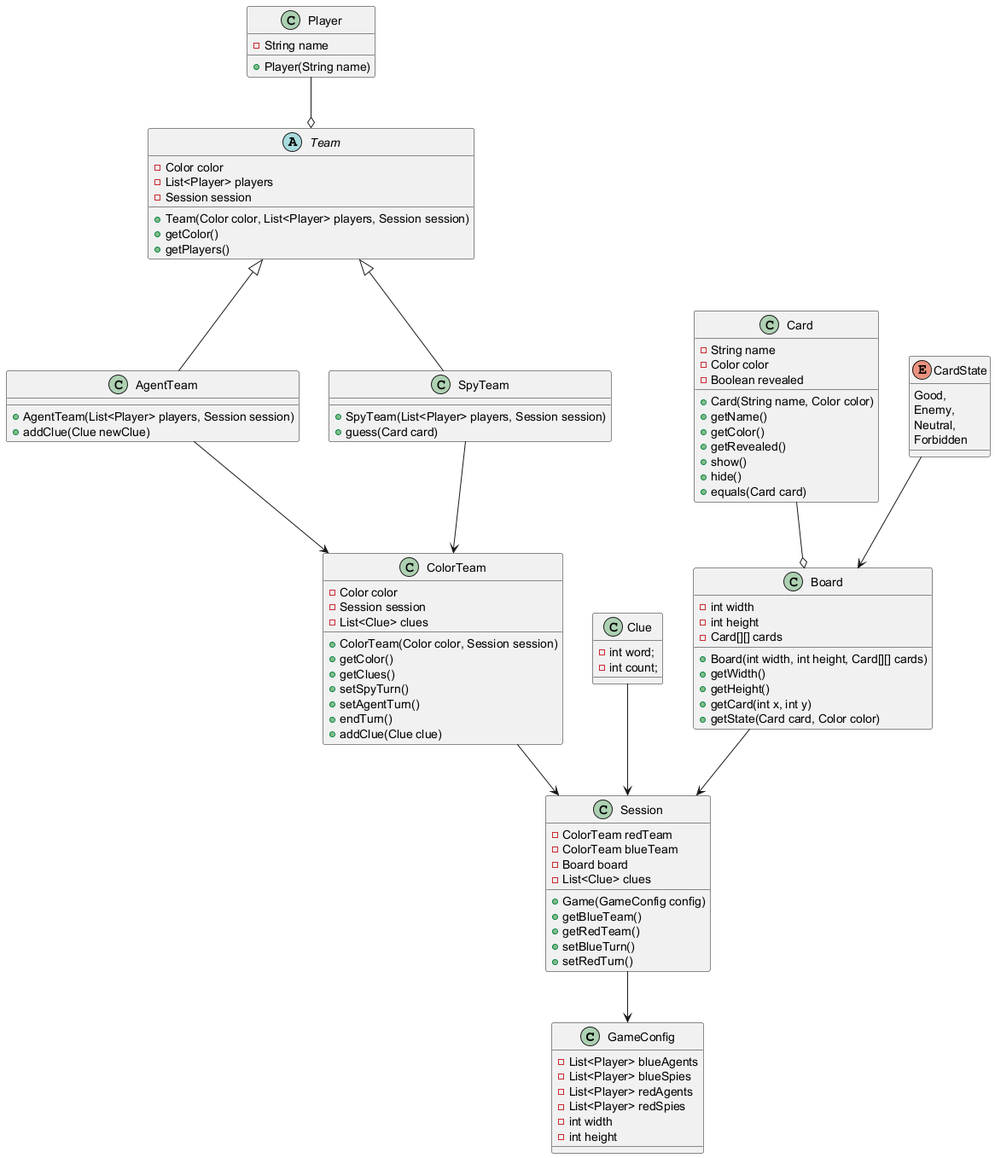
Before: uml/main.png, a diagram exported from PlantUML (Natvs/Codename).
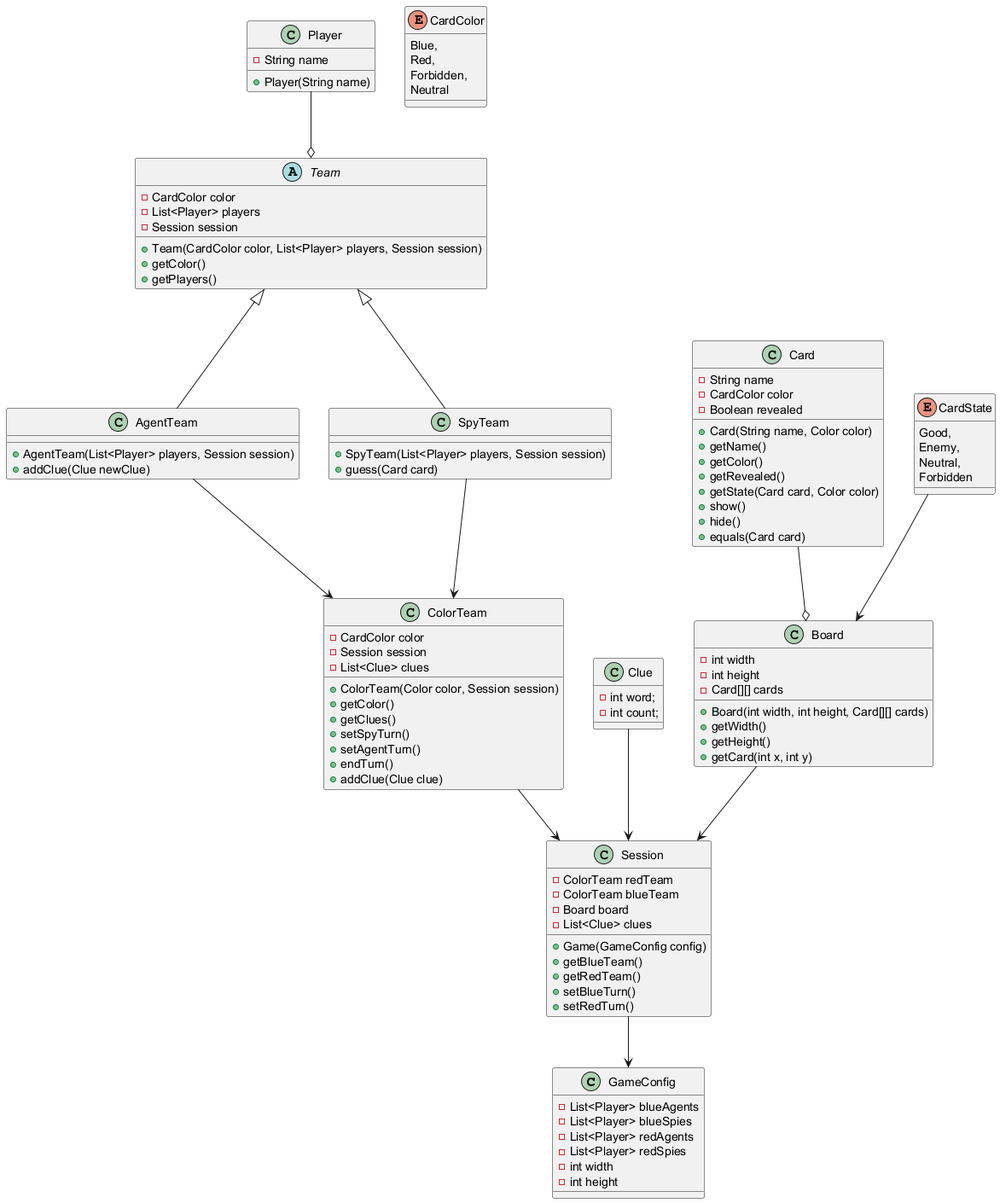
Above is the later version.

Commit message:
docs(model) : added enum for colors

Diff of the diagram source:
```diff
@@ -29,10 +29,10 @@
     +Player(String name)
 }
 abstract class Team {
-    -Color color
+    -CardColor color
     -List<Player> players
     -Session session
-    +Team(Color color, List<Player> players, Session session)
+    +Team(CardColor color, List<Player> players, Session session)
     +getColor()
     +getPlayers()
 }
@@ -47,7 +47,7 @@
 }
 
 class ColorTeam {
-    -Color color
+    -CardColor color
     -Session session
     -List<Clue> clues
     +ColorTeam(Color color, Session session)
@@ -68,15 +68,23 @@
 
 class Card {
 	-String name
-	-Color color
+	-CardColor color
 	-Boolean revealed
 	+Card(String name, Color color)
 	+getName()
 	+getColor()
 	+getRevealed()
+	+getState(Card card, Color color)
 	+show()
 	+hide()
 	+equals(Card card)
+}
+
+enum CardColor {
+    Blue,
+    Red,
+    Forbidden,
+    Neutral
 }
 
 enum CardState {
@@ -93,7 +101,6 @@
 	+getWidth()
 	+getHeight()
 	+getCard(int x, int y)
-    +getState(Card card, Color color)
 }
 CardState --> Board
 Card --o Board
```
